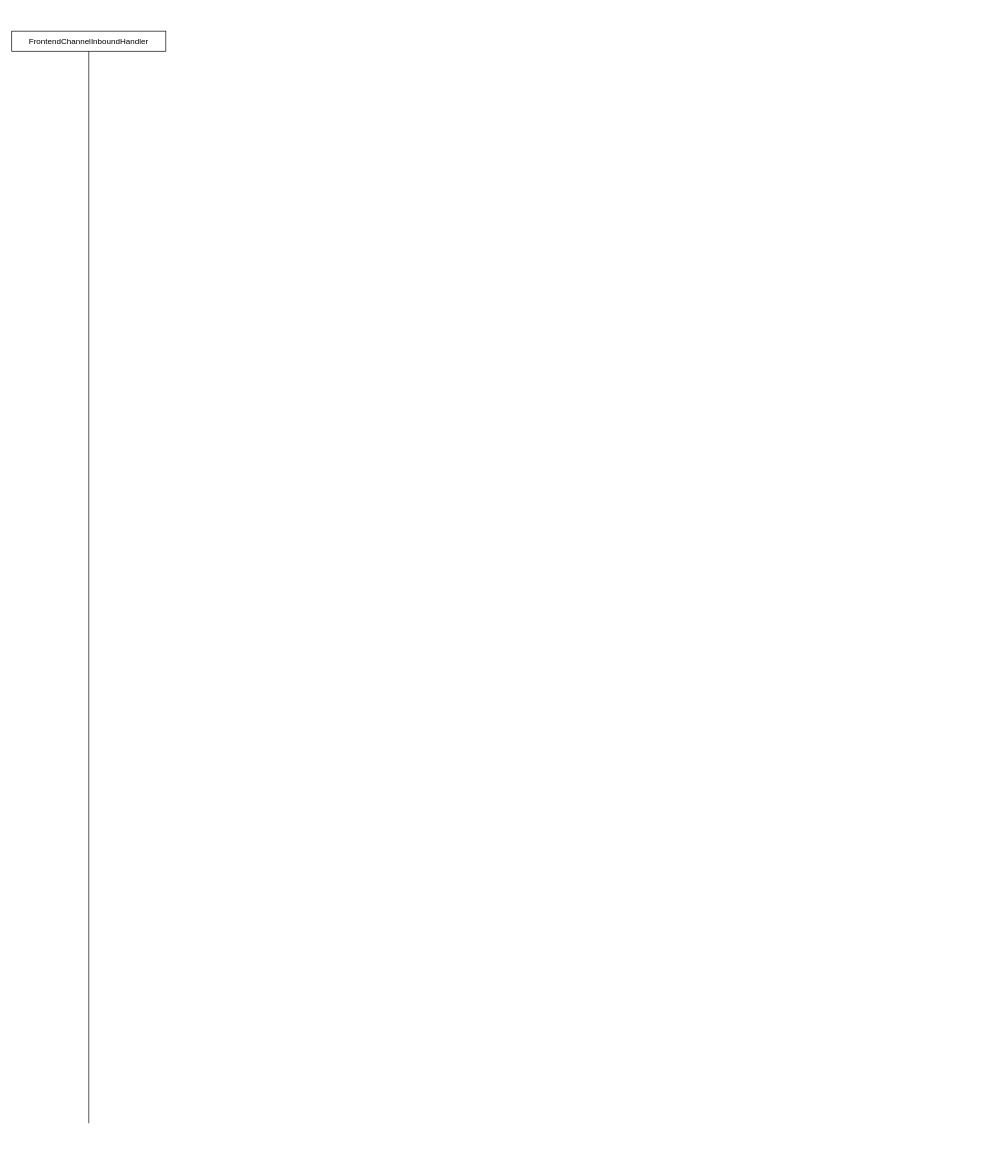
The draw.io diagram sharding/Sharding分库分表流程.drawio in Ordertiny/graph, before the edit. Source tidied: cells renumbered, new cells numbered last; positions are measured from the earlier drawing's top-left corner, leaving out a move shared by most shapes. Both pictures are drawn from the tidied source at 67%, with x=0, y=0 at pixel (11, 31).
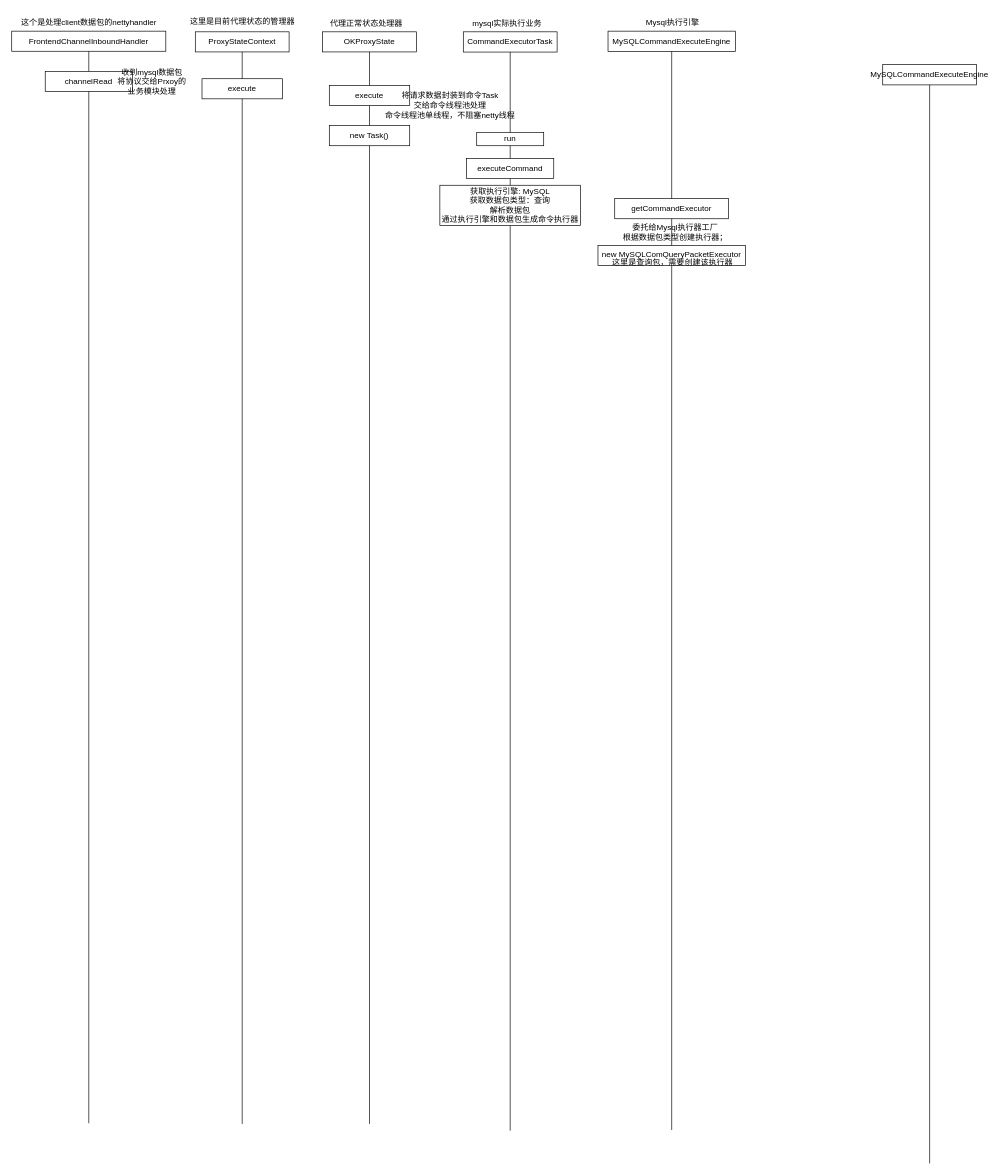
Above is the later version.

Commit message (it also covers changes not shown here):
更新Sharding分库分表流程.drawio

Diff of the diagram source:
```diff
@@
+    <mxCell id="4" value="channelRead" style="whiteSpace=wrap;html=1;" parent="1" vertex="1">
+      <mxGeometry x="50" y="60" width="130" height="30" as="geometry" />
+    </mxCell>
+    <mxCell id="5" value="这个是处理client数据包的nettyhandler" style="text;html=1;align=center;verticalAlign=middle;strokeColor=none;fillColor=none;" parent="1" vertex="1">
+      <mxGeometry y="-27" width="230" height="30" as="geometry" />
+    </mxCell>
+    <mxCell id="6" style="group;" parent="1" vertex="1">
+      <mxGeometry x="274" y="1" width="140" height="1630" as="geometry" />
+    </mxCell>
+    <mxCell id="7" value="ProxyStateContext" style="whiteSpace=wrap;html=1;" parent="6" vertex="1">
+      <mxGeometry width="140" height="30" as="geometry" />
+    </mxCell>
+    <mxCell id="8" style="endArrow=none;html=1;rounded=0;entryX=0.5;entryY=1;entryDx=0;entryDy=0;" parent="6" edge="1" target="7">
+      <mxGeometry relative="1" as="geometry">
+        <mxPoint x="70" y="1630" as="sourcePoint" />
+      </mxGeometry>
+    </mxCell>
+    <mxCell id="9" value="execute" style="whiteSpace=wrap;html=1;" parent="6" vertex="1">
+      <mxGeometry x="10" y="70" width="120" height="30" as="geometry" />
+    </mxCell>
+    <mxCell id="10" style="group;" parent="1" vertex="1">
+      <mxGeometry x="464" y="1" width="140" height="1630" as="geometry" />
+    </mxCell>
+    <mxCell id="11" value="OKProxyState" style="whiteSpace=wrap;html=1;" parent="10" vertex="1">
+      <mxGeometry width="140" height="30" as="geometry" />
+    </mxCell>
+    <mxCell id="12" style="endArrow=none;html=1;rounded=0;entryX=0.5;entryY=1;entryDx=0;entryDy=0;" parent="10" edge="1" target="11">
+      <mxGeometry relative="1" as="geometry">
+        <mxPoint x="70" y="1630" as="sourcePoint" />
+      </mxGeometry>
+    </mxCell>
+    <mxCell id="13" value="execute" style="whiteSpace=wrap;html=1;" parent="10" vertex="1">
+      <mxGeometry x="10" y="80" width="120" height="30" as="geometry" />
+    </mxCell>
+    <mxCell id="14" value="new Task()" style="whiteSpace=wrap;html=1;" parent="10" vertex="1">
+      <mxGeometry x="10" y="140" width="120" height="30" as="geometry" />
+    </mxCell>
+    <mxCell id="15" value="这里是目前代理状态的管理器" style="text;html=1;align=center;verticalAlign=middle;strokeColor=none;fillColor=none;" parent="1" vertex="1">
+      <mxGeometry x="254" y="-29" width="180" height="30" as="geometry" />
+    </mxCell>
+    <mxCell id="16" style="group;align=center;" parent="1" vertex="1">
+      <mxGeometry x="674" y="1" width="175" height="1640" as="geometry" />
+    </mxCell>
+    <mxCell id="17" value="CommandExecutorTask" style="whiteSpace=wrap;html=1;" parent="16" vertex="1">
+      <mxGeometry width="140" height="30.2" as="geometry" />
+    </mxCell>
+    <mxCell id="18" style="endArrow=none;html=1;rounded=0;entryX=0.5;entryY=1;entryDx=0;entryDy=0;" parent="16" edge="1" target="17">
+      <mxGeometry relative="1" as="geometry">
+        <mxPoint x="70" y="1640" as="sourcePoint" />
+      </mxGeometry>
+    </mxCell>
+    <mxCell id="19" value="run" style="whiteSpace=wrap;html=1;" parent="16" vertex="1">
+      <mxGeometry x="20" y="150" width="100" height="20" as="geometry" />
+    </mxCell>
+    <mxCell id="20" value="executeCommand" style="whiteSpace=wrap;html=1;" parent="16" vertex="1">
+      <mxGeometry x="5" y="189" width="130" height="30" as="geometry" />
+    </mxCell>
+    <mxCell id="21" value="获取执行引擎: MySQL&lt;br&gt;获取数据包类型：查询&lt;br&gt;解析数据包&lt;br&gt;通过执行引擎和数据包生成命令执行器" style="whiteSpace=wrap;html=1;align=center;" parent="16" vertex="1">
+      <mxGeometry x="-35" y="229" width="210" height="60" as="geometry" />
+    </mxCell>
+    <mxCell id="22" value="代理正常状态处理器" style="text;html=1;align=center;verticalAlign=middle;strokeColor=none;fillColor=none;" parent="1" vertex="1">
+      <mxGeometry x="464" y="-26" width="130" height="30" as="geometry" />
+    </mxCell>
+    <mxCell id="23" value="收到mysql数据包&lt;br&gt;将协议交给Prxoy的&lt;br&gt;业务模块处理" style="text;html=1;align=center;verticalAlign=middle;strokeColor=none;fillColor=none;" parent="1" vertex="1">
+      <mxGeometry x="144" y="46" width="130" height="60" as="geometry" />
+    </mxCell>
+    <mxCell id="24" style="group;" parent="1" vertex="1">
+      <mxGeometry x="1300" y="50" width="140" height="1640" as="geometry" />
+    </mxCell>
+    <mxCell id="25" value="MySQLCommandExecuteEngine" style="whiteSpace=wrap;html=1;" parent="24" vertex="1">
+      <mxGeometry width="140" height="30.2" as="geometry" />
+    </mxCell>
+    <mxCell id="26" style="endArrow=none;html=1;rounded=0;entryX=0.5;entryY=1;entryDx=0;entryDy=0;" parent="24" edge="1" target="25">
+      <mxGeometry relative="1" as="geometry">
+        <mxPoint x="70" y="1640" as="sourcePoint" />
+      </mxGeometry>
+    </mxCell>
+    <mxCell id="27" value="将请求数据封装到命令Task&lt;br&gt;交给命令线程池处理&lt;br&gt;命令线程池单线程，不阻塞netty线程" style="text;html=1;align=center;verticalAlign=middle;strokeColor=none;fillColor=none;" parent="1" vertex="1">
+      <mxGeometry x="544" y="81" width="220" height="60" as="geometry" />
+    </mxCell>
+    <mxCell id="28" value="mysql实际执行业务" style="text;html=1;align=center;verticalAlign=middle;strokeColor=none;fillColor=none;" parent="1" vertex="1">
+      <mxGeometry x="674" y="-26" width="130" height="30" as="geometry" />
+    </mxCell>
+    <mxCell id="29" style="group;" parent="1" vertex="1">
+      <mxGeometry x="890" width="205" height="1640" as="geometry" />
+    </mxCell>
+    <mxCell id="30" value="MySQLCommandExecuteEngine" style="whiteSpace=wrap;html=1;" parent="29" vertex="1">
+      <mxGeometry width="190" height="30.2" as="geometry" />
+    </mxCell>
+    <mxCell id="31" style="endArrow=none;html=1;rounded=0;entryX=0.5;entryY=1;entryDx=0;entryDy=0;" parent="29" edge="1" target="30">
+      <mxGeometry relative="1" as="geometry">
+        <mxPoint x="95" y="1640" as="sourcePoint" />
+      </mxGeometry>
+    </mxCell>
+    <mxCell id="32" value="getCommandExecutor" style="whiteSpace=wrap;html=1;" parent="29" vertex="1">
+      <mxGeometry x="10" y="250" width="170" height="30" as="geometry" />
+    </mxCell>
+    <mxCell id="33" value="new MySQLComQueryPacketExecutor" style="whiteSpace=wrap;html=1;verticalAlign=top;" parent="29" vertex="1">
+      <mxGeometry x="-15" y="320" width="220" height="30" as="geometry" />
+    </mxCell>
+    <mxCell id="34" value="委托给Mysql执行器工厂&lt;br&gt;根据数据包类型创建执行器；" style="text;html=1;align=center;verticalAlign=middle;strokeColor=none;fillColor=none;" parent="29" vertex="1">
+      <mxGeometry x="10" y="280" width="180" height="40" as="geometry" />
+    </mxCell>
+    <mxCell id="35" value="这里是查询包，需要创建该执行器" style="text;html=1;align=center;verticalAlign=top;strokeColor=none;fillColor=none;" parent="29" vertex="1">
+      <mxGeometry x="-4" y="331" width="200" height="30" as="geometry" />
+    </mxCell>
+    <mxCell id="36" value="Mysql执行引擎" style="text;html=1;align=center;verticalAlign=middle;strokeColor=none;fillColor=none;" parent="1" vertex="1">
+      <mxGeometry x="936" y="-27" width="100" height="30" as="geometry" />
+    </mxCell>
```
